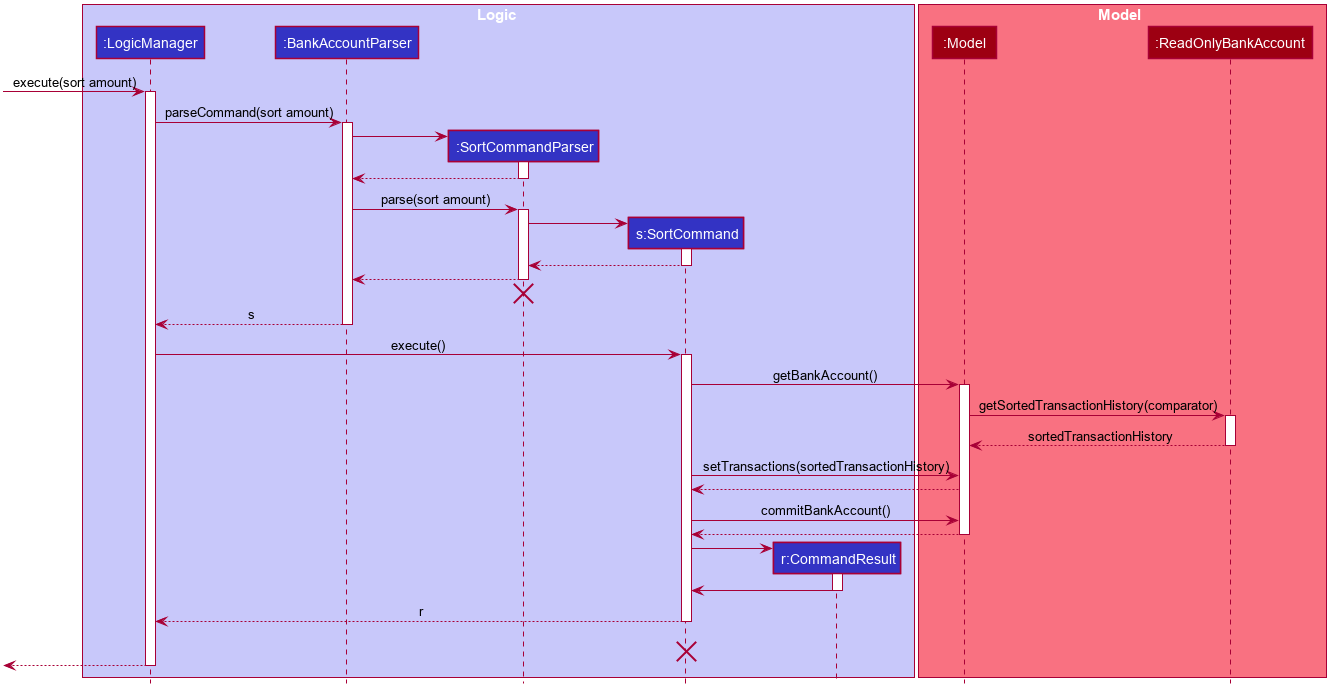
nus-cs2103-AY1920S1/addressbook-level3 keeps this PlantUML diagram as docs/images/SortSequenceDiagram.png. Above is the earlier version.
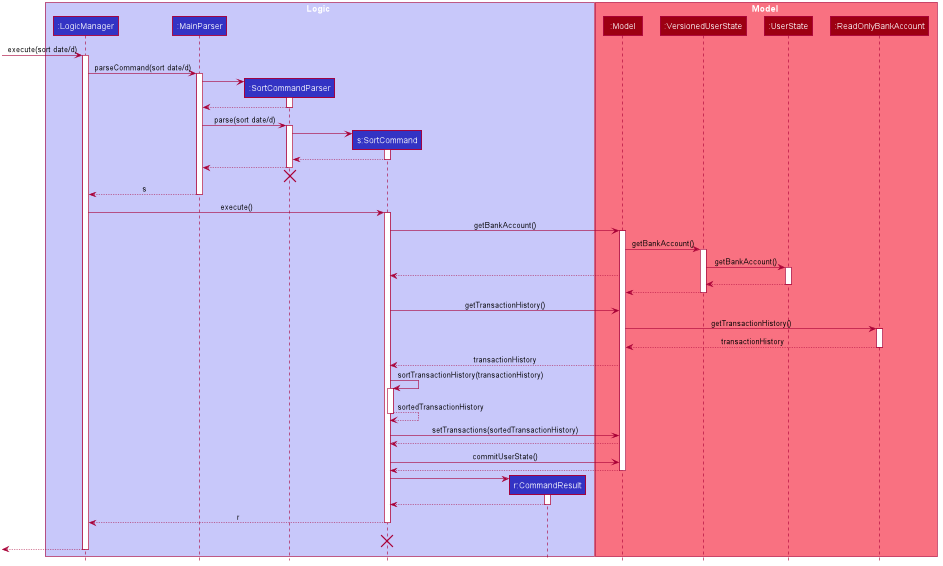
Above is the later version.

Change to the diagram source:
```diff
@@ -50,7 +50,7 @@
 
 box Logic #C8C8FA
 participant ":LogicManager" as LogicManager #3333C4
-participant ":BankAccountParser" as BankAccountParser #3333C4
+participant ":MainParser" as MainParser #3333C4
 participant ":SortCommandParser" as SortCommandParser #3333C4
 participant "s:SortCommand" as SortCommand #3333C4
 participant "r:CommandResult" as CommandResult #3333C4
@@ -58,23 +58,25 @@
 
 box Model #F97181
 participant ":Model" as Model #9D0012
+participant ":VersionedUserState" as VersionedUserState #9D0012
+participant ":UserState" as UserState #9D0012
 participant ":ReadOnlyBankAccount" as ReadOnlyBankAccount #9D0012
 end box
 
-[-> LogicManager : execute(sort amount)
+[-> LogicManager : execute(sort date/d)
 activate LogicManager
 
-LogicManager -> BankAccountParser : parseCommand(sort amount)
-activate BankAccountParser
+LogicManager -> MainParser : parseCommand(sort date/d)
+activate MainParser
 
 create SortCommandParser
-BankAccountParser -> SortCommandParser
+MainParser -> SortCommandParser
 activate SortCommandParser
 
-SortCommandParser --> BankAccountParser
+SortCommandParser --> MainParser
 deactivate SortCommandParser
 
-BankAccountParser -> SortCommandParser : parse(sort amount)
+MainParser -> SortCommandParser : parse(sort date/d)
 activate SortCommandParser
 
 create SortCommand
@@ -84,14 +86,14 @@
 SortCommand --> SortCommandParser
 deactivate SortCommand
 
-SortCommandParser --> BankAccountParser
+SortCommandParser --> MainParser
 deactivate SortCommandParser
 
-SortCommandParser -[hidden]-> BankAccountParser
+SortCommandParser -[hidden]-> MainParser
 destroy SortCommandParser
 
-BankAccountParser --> LogicManager : s
-deactivate BankAccountParser
+MainParser --> LogicManager : s
+deactivate MainParser
 
 LogicManager -> SortCommand : execute()
 activate SortCommand
@@ -99,16 +101,36 @@
 SortCommand -> Model : getBankAccount()
 activate Model
 
-Model -> ReadOnlyBankAccount : getSortedTransactionHistory(comparator)
+Model -> VersionedUserState : getBankAccount()
+activate VersionedUserState
+
+VersionedUserState -> UserState : getBankAccount()
+activate UserState
+
+Model --> SortCommand
+
+return
+
+return
+
+SortCommand -> Model : getTransactionHistory()
+
+Model -> ReadOnlyBankAccount : getTransactionHistory()
 activate ReadOnlyBankAccount
 
-ReadOnlyBankAccount --> Model : sortedTransactionHistory
-deactivate ReadOnlyBankAccount
+return transactionHistory
+
+Model --> SortCommand :  transactionHistory
+
+SortCommand -> SortCommand : sortTransactionHistory(transactionHistory)
+activate SortCommand
+
+return sortedTransactionHistory
 
 SortCommand -> Model : setTransactions(sortedTransactionHistory)
 Model --> SortCommand
 
-SortCommand -> Model : commitBankAccount()
+SortCommand -> Model : commitUserState()
 Model --> SortCommand
 deactivate Model
 
@@ -116,7 +138,7 @@
 SortCommand -> CommandResult
 activate CommandResult
 
-CommandResult -> SortCommand
+CommandResult --> SortCommand
 deactivate CommandResult
 
 SortCommand --> LogicManager : r
```
